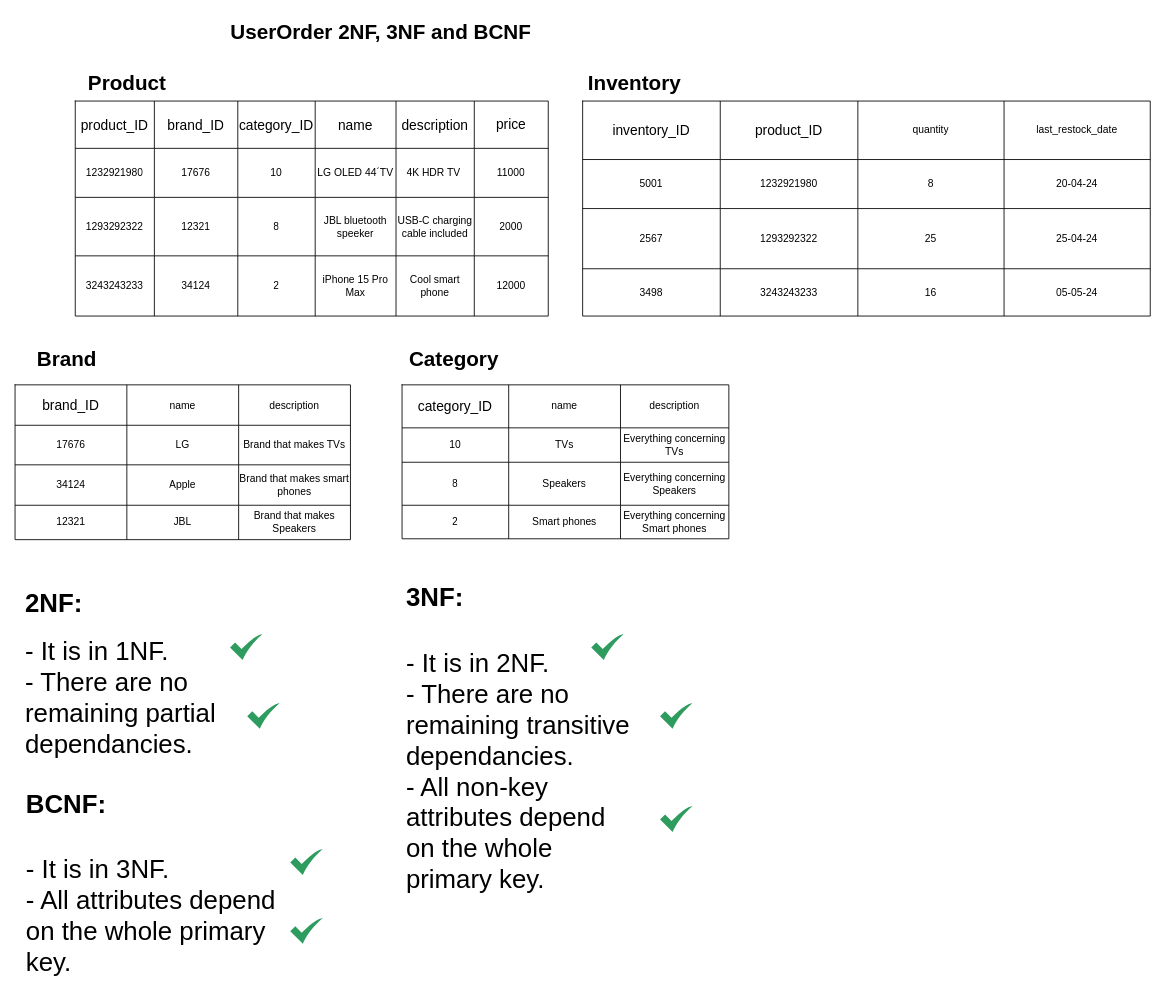
Above: page "UserOrder 2NF, 3NF and BCNF" (3 of 8) of database-models/ER_models_final.drawio in emilkle/electromart-ecom-website (draw.io), before the change. Source tidied: cells renumbered, new cells numbered last; positions are measured from the earlier drawing's top-left corner, leaving out a move shared by most shapes. Both pictures are drawn from the tidied source at 86%, with x=0, y=0 at pixel (15, 15).
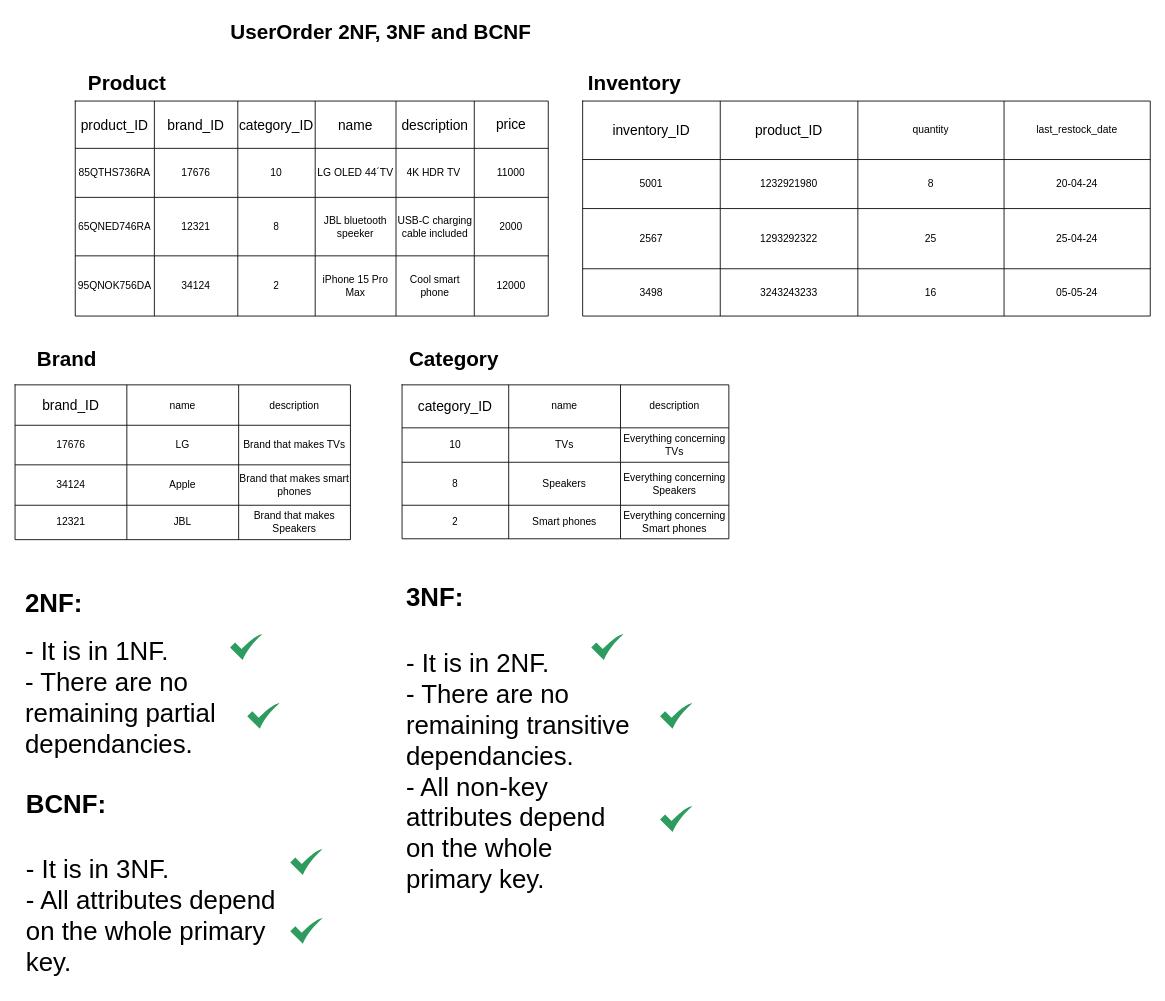
Above is the later version.

The change refers to these unchanged cells:
```xml
<mxCell id="10" style="shape=tableRow;horizontal=0;startSize=0;swimlaneHead=0;swimlaneBody=0;top=0;left=0;bottom=0;right=0;fillColor=none;" parent="2" vertex="1">
  <mxGeometry y="55" width="550" height="57" as="geometry" />
</mxCell>
<mxCell id="17" style="shape=tableRow;horizontal=0;startSize=0;swimlaneHead=0;swimlaneBody=0;top=0;left=0;bottom=0;right=0;fillColor=none;" parent="2" vertex="1">
  <mxGeometry y="112" width="550" height="68" as="geometry" />
</mxCell>
<mxCell id="24" style="shape=tableRow;horizontal=0;startSize=0;swimlaneHead=0;swimlaneBody=0;top=0;left=0;bottom=0;right=0;fillColor=none;" parent="2" vertex="1">
  <mxGeometry y="180" width="550" height="70" as="geometry" />
</mxCell>
```

Change to the diagram source:
```diff
@@
-    <mxCell id="11" value="1232921980" style="shape=partialRectangle;html=1;whiteSpace=wrap;fillColor=none;top=0;left=0;bottom=0;right=0;overflow=hidden;" parent="10" vertex="1">
+    <mxCell id="11" value="85QTHS736RA" style="shape=partialRectangle;html=1;whiteSpace=wrap;fillColor=none;top=0;left=0;bottom=0;right=0;overflow=hidden;" parent="10" vertex="1">
       <mxGeometry width="92" height="57" as="geometry" />
     </mxCell>
@@
-    <mxCell id="18" value="1293292322" style="shape=partialRectangle;html=1;whiteSpace=wrap;fillColor=none;top=0;left=0;bottom=0;right=0;overflow=hidden;" parent="17" vertex="1">
+    <mxCell id="18" value="65QNED746RA" style="shape=partialRectangle;html=1;whiteSpace=wrap;fillColor=none;top=0;left=0;bottom=0;right=0;overflow=hidden;" parent="17" vertex="1">
       <mxGeometry width="92" height="68" as="geometry" />
     </mxCell>
@@
-    <mxCell id="25" value="3243243233" style="shape=partialRectangle;html=1;whiteSpace=wrap;fillColor=none;top=0;left=0;bottom=0;right=0;overflow=hidden;" parent="24" vertex="1">
+    <mxCell id="25" value="95QNOK756DA" style="shape=partialRectangle;html=1;whiteSpace=wrap;fillColor=none;top=0;left=0;bottom=0;right=0;overflow=hidden;" parent="24" vertex="1">
       <mxGeometry width="92" height="70" as="geometry" />
     </mxCell>
```
